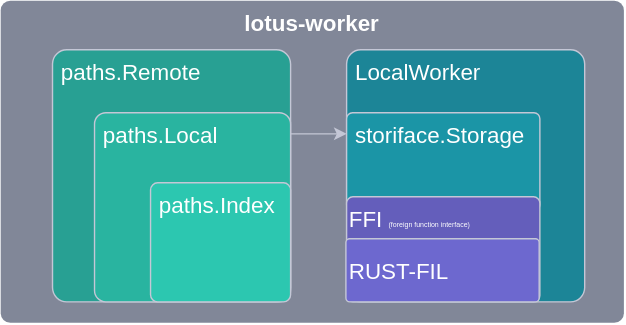
Above: lotus-worker-interface.svg in rjan90/Diagram (draw.io), before the change. Source tidied: cells renumbered, new cells last; positions are measured from the earlier drawing's top-left corner, leaving out a move shared by most shapes.
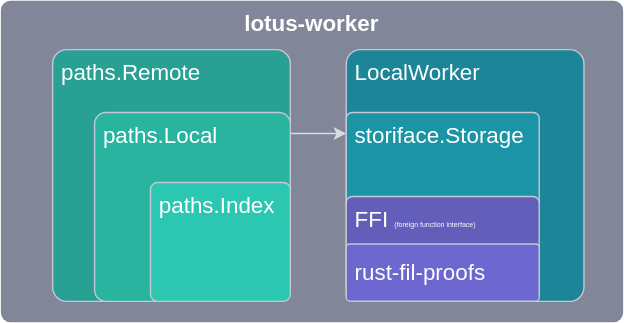
Later version of the same file.

What changed in the source:
```diff
@@ -8,7 +8,7 @@
     <mxCell id="3" value="&amp;nbsp;paths.Remote" style="rounded=1;whiteSpace=wrap;html=1;shadow=0;glass=0;labelBackgroundColor=none;sketch=0;fontSize=16;fontColor=#FFFFFF;fillColor=#28a093;arcSize=6;strokeColor=#C4C7D6;verticalAlign=top;align=left;" parent="1" vertex="1">
       <mxGeometry x="37" y="35" width="170" height="180" as="geometry" />
     </mxCell>
-    <mxCell id="4" style="edgeStyle=orthogonalEdgeStyle;rounded=0;jettySize=auto;html=1;fontSize=16;fontColor=#616785;strokeColor=#C4C7D6;" parent="1" edge="1" source="5" target="8">
+    <mxCell id="4" style="edgeStyle=orthogonalEdgeStyle;rounded=0;jettySize=auto;html=1;fontSize=16;fontColor=#616785;strokeColor=#dbdcdf;" parent="1" edge="1" source="5" target="8">
       <mxGeometry relative="1" as="geometry">
         <Array as="points">
           <mxPoint x="217" y="95" />
@@ -28,11 +28,11 @@
     <mxCell id="8" value="&amp;nbsp;storiface.Storage" style="rounded=1;whiteSpace=wrap;html=1;shadow=0;glass=0;labelBackgroundColor=none;sketch=0;fontSize=16;fontColor=#FFFFFF;fillColor=#1b95a6;arcSize=6;strokeColor=#C4C7D6;verticalAlign=top;align=left;" parent="1" vertex="1">
       <mxGeometry x="247" y="80" width="138" height="70" as="geometry" />
     </mxCell>
-    <mxCell id="9" value="FFI &lt;font style=&quot;font-size: 5px;&quot;&gt;(foreign function interface)&lt;/font&gt;" style="rounded=1;html=1;shadow=0;glass=0;labelBackgroundColor=none;sketch=0;fontSize=16;fontColor=#FFFFFF;fillColor=#645ebb;arcSize=6;strokeColor=#C4C7D6;verticalAlign=top;align=left;gradientColor=none;whiteSpace=wrap;" parent="1" vertex="1">
+    <mxCell id="9" value="&amp;nbsp;FFI &lt;font style=&quot;font-size: 5px;&quot;&gt;(foreign function interface)&lt;/font&gt;" style="rounded=1;html=1;shadow=0;glass=0;labelBackgroundColor=none;sketch=0;fontSize=16;fontColor=#FFFFFF;fillColor=#645ebb;arcSize=6;strokeColor=#C4C7D6;verticalAlign=top;align=left;gradientColor=none;whiteSpace=wrap;" parent="1" vertex="1">
       <mxGeometry x="247" y="140" width="138" height="75" as="geometry" />
     </mxCell>
-    <mxCell id="10" value="RUST-FIL" style="rounded=1;html=1;shadow=0;glass=0;labelBackgroundColor=none;sketch=0;fontSize=16;fontColor=#FFFFFF;fillColor=#6d68cf;arcSize=6;strokeColor=#C4C7D6;verticalAlign=middle;align=left;gradientColor=none;whiteSpace=wrap;" parent="1" vertex="1">
-      <mxGeometry x="246.5" y="170" width="138" height="45" as="geometry" />
+    <mxCell id="10" value="&amp;nbsp;rust-fil-proofs" style="rounded=1;html=1;shadow=0;glass=0;labelBackgroundColor=none;sketch=0;fontSize=16;fontColor=#FFFFFF;fillColor=#6d68cf;arcSize=6;strokeColor=#C4C7D6;verticalAlign=middle;align=left;gradientColor=none;whiteSpace=wrap;" parent="1" vertex="1">
+      <mxGeometry x="247" y="174" width="138" height="40.9" as="geometry" />
     </mxCell>
   </root>
 </mxGraphModel>
```
